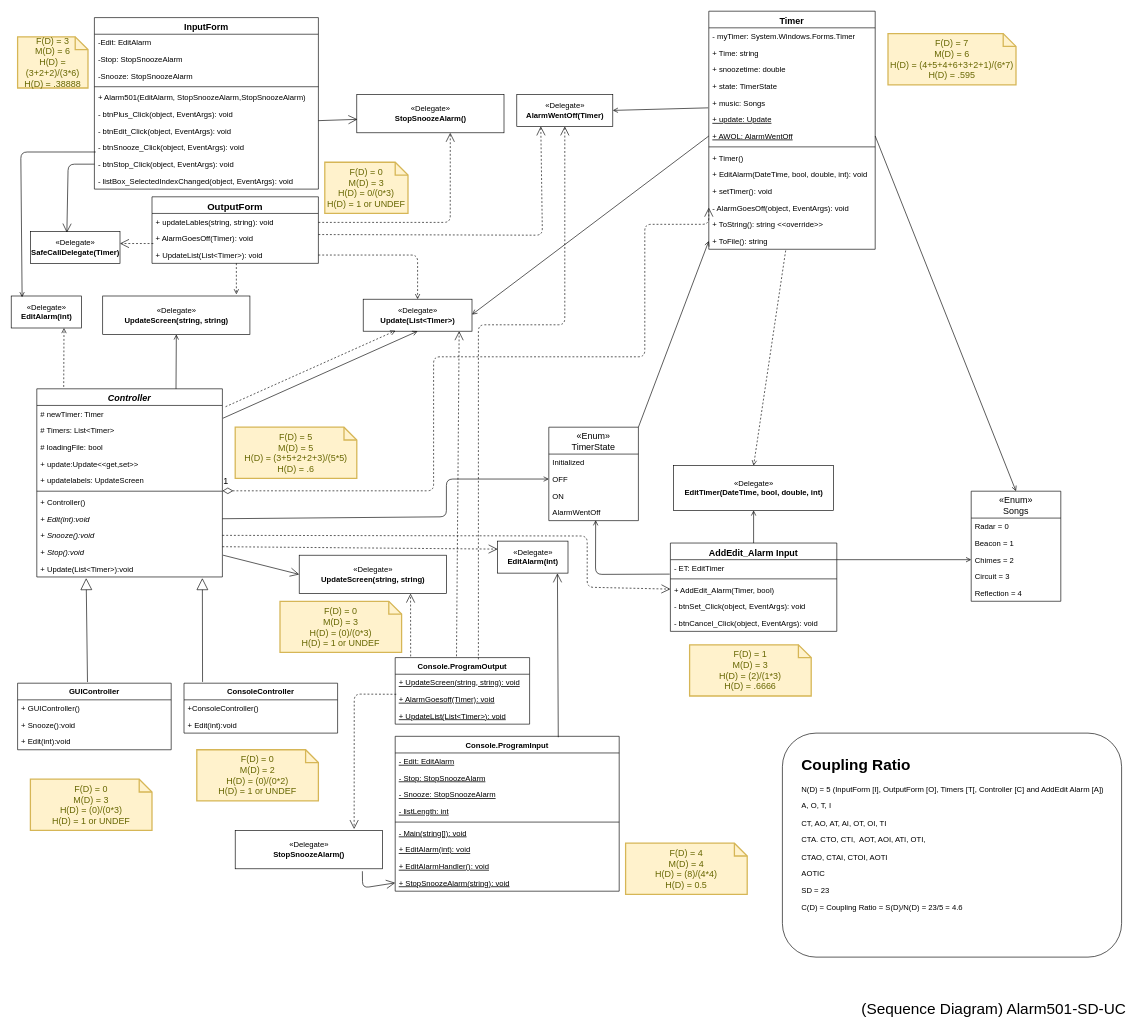
The draw.io diagram page "Page-1" (1 of 2) of Alarm-Project 3.drawio in Rosebaugh/CS501, before the edit. Source tidied: cells renumbered, new cells numbered last; positions are measured from the earlier drawing's top-left corner, leaving out a move shared by most shapes. Both pictures are drawn from the tidied source at 64%, with x=0, y=0 at pixel (11, 11).
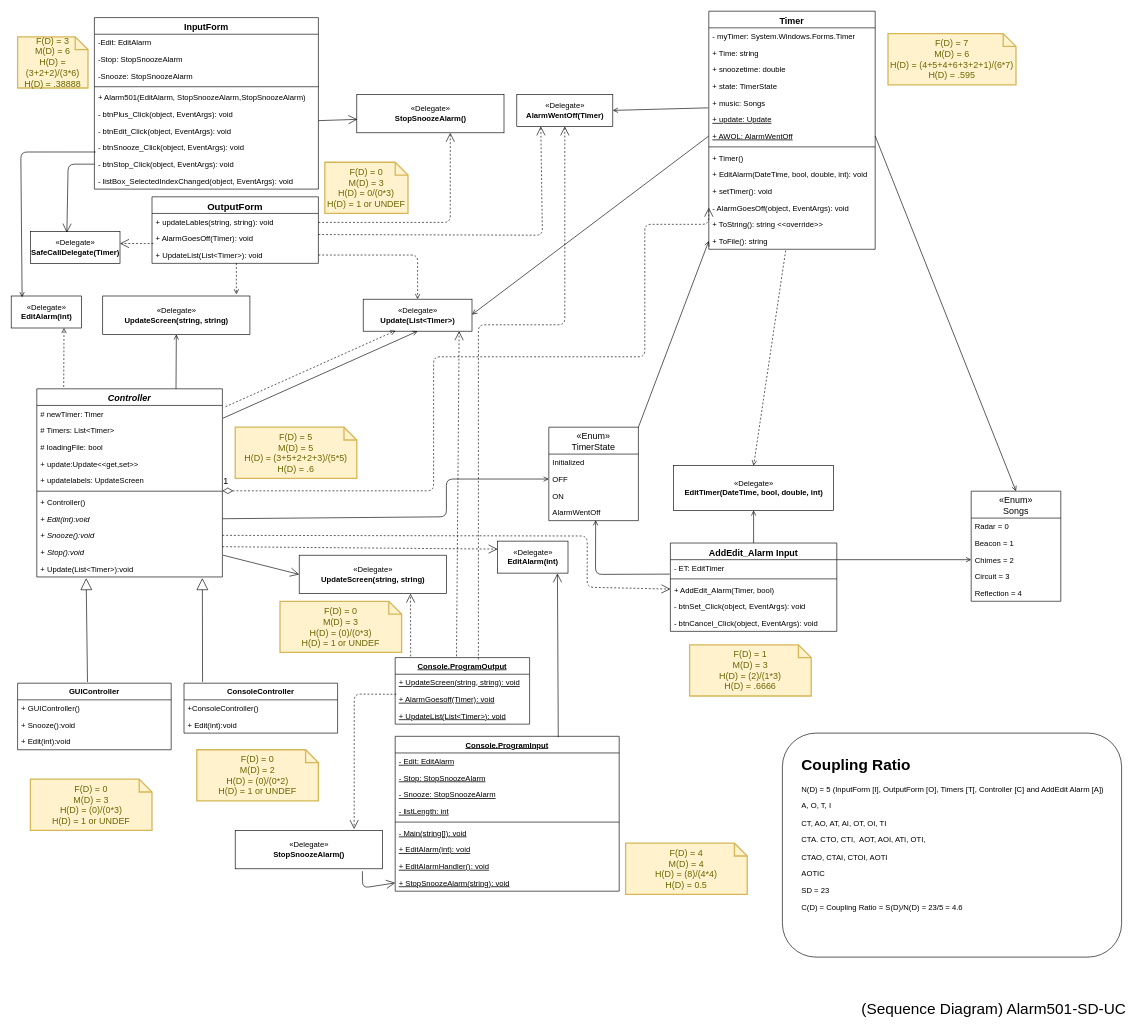
The same page after the edit.

What changed in the source:
```diff
@@
-    <mxCell id="109" value="Console.ProgramInput" style="swimlane;fontStyle=1;align=center;verticalAlign=top;horizontal=1;startSize=26;" parent="1" vertex="1">
+    <mxCell id="109" value="Console.ProgramInput" style="swimlane;fontStyle=5;align=center;verticalAlign=top;horizontal=1;startSize=26;" parent="1" vertex="1">
       <mxGeometry x="600" y="1133" width="350" height="242" as="geometry" />
     </mxCell>
@@
-    <mxCell id="126" value="Console.ProgramOutput" style="swimlane;fontStyle=1;align=center;verticalAlign=top;horizontal=1;startSize=26;" parent="1" vertex="1">
+    <mxCell id="126" value="Console.ProgramOutput" style="swimlane;fontStyle=5;align=center;verticalAlign=top;horizontal=1;startSize=26;" parent="1" vertex="1">
       <mxGeometry x="600" y="1010" width="210" height="104" as="geometry" />
     </mxCell>
```
